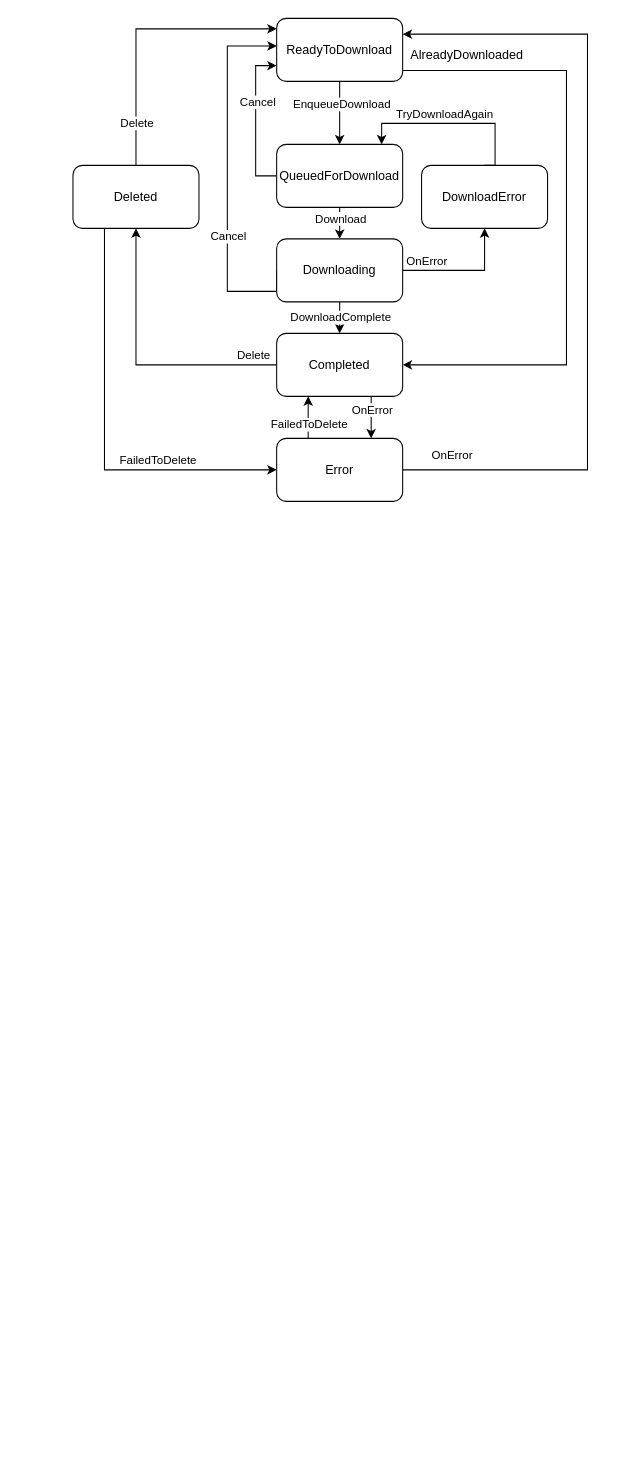
Before: FileTransferStates.drawio in loginovao/Diagrams, a draw.io diagram. Source tidied: cells renumbered, new cells numbered last; positions are measured from the earlier drawing's top-left corner, leaving out a move shared by most shapes. Both pictures are drawn from the tidied source at 105%, with x=0, y=0 at pixel (72, 18).
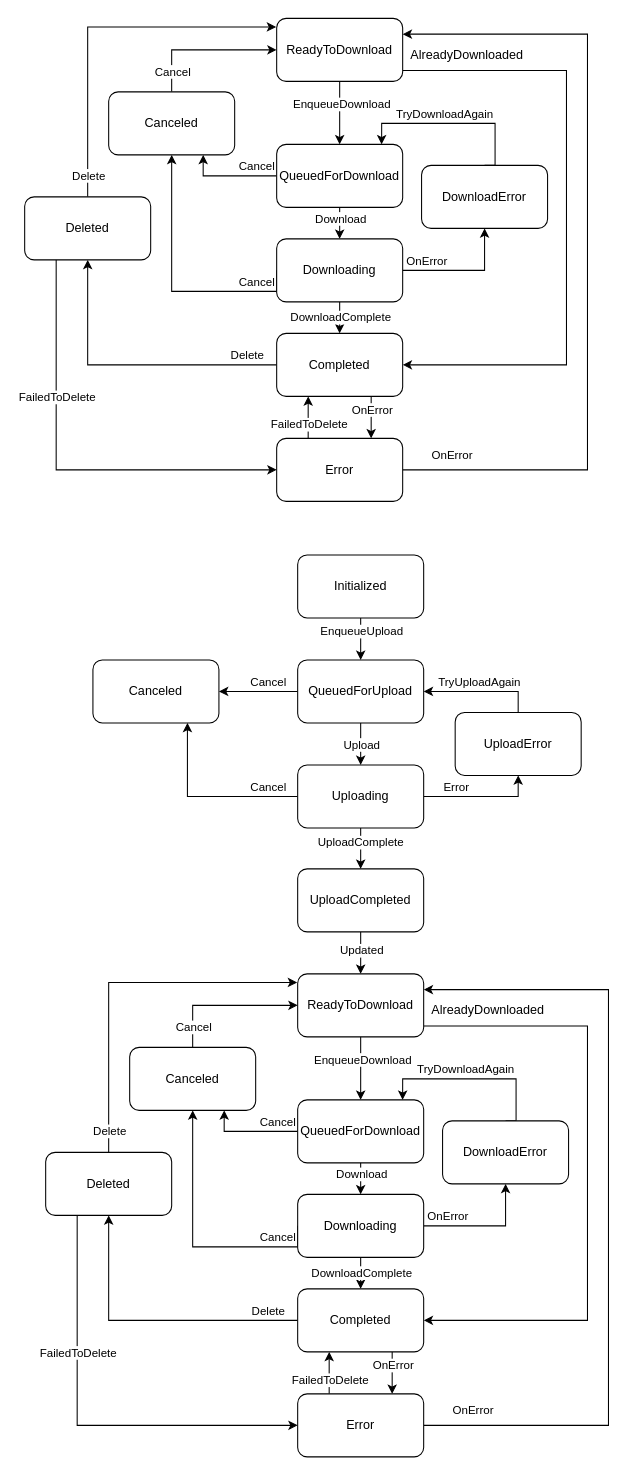
The same page after the edit.

Unchanged cells that the change refers to:
```xml
<mxCell id="6" value="ReadyToDownload" style="rounded=1;whiteSpace=wrap;html=1;" parent="2" vertex="1">
  <mxGeometry x="194" width="120" height="60" as="geometry" />
</mxCell>
<mxCell id="11" value="QueuedForDownload" style="rounded=1;whiteSpace=wrap;html=1;" parent="2" vertex="1">
  <mxGeometry x="194" y="120" width="120" height="60" as="geometry" />
</mxCell>
<mxCell id="18" value="Downloading" style="rounded=1;whiteSpace=wrap;html=1;" parent="2" vertex="1">
  <mxGeometry x="194" y="210" width="120" height="60" as="geometry" />
</mxCell>
<mxCell id="35" style="edgeStyle=orthogonalEdgeStyle;rounded=0;jettySize=auto;html=1;exitX=0.25;exitY=1;exitDx=0;exitDy=0;entryX=0;entryY=0.5;entryDx=0;entryDy=0;startArrow=none;startFill=0;endArrow=classic;endFill=1;" parent="2" edge="1" source="37" target="34">
  <mxGeometry relative="1" as="geometry" />
</mxCell>
```

The edit, as a diff of the source:
```diff
@@
-    <mxCell id="9" style="edgeStyle=orthogonalEdgeStyle;rounded=0;jettySize=auto;html=1;exitX=0;exitY=0.5;exitDx=0;exitDy=0;entryX=0;entryY=0.75;entryDx=0;entryDy=0;" parent="2" edge="1" source="11" target="6">
+    <mxCell id="9" style="edgeStyle=orthogonalEdgeStyle;rounded=0;jettySize=auto;html=1;exitX=0;exitY=0.5;exitDx=0;exitDy=0;entryX=0.75;entryY=1;entryDx=0;entryDy=0;" parent="2" edge="1" source="11" target="40">
       <mxGeometry relative="1" as="geometry" />
     </mxCell>
     <mxCell id="10" value="Cancel" style="edgeLabel;html=1;align=center;verticalAlign=middle;" parent="9" vertex="1">
-      <mxGeometry x="0.25" y="-1" relative="1" as="geometry" />
+      <mxGeometry x="0.25" y="-1" relative="1" as="geometry">
+        <mxPoint x="36" y="-9" as="offset" />
+      </mxGeometry>
     </mxCell>
@@
-    <mxCell id="16" style="edgeStyle=orthogonalEdgeStyle;rounded=0;jettySize=auto;html=1;exitX=0;exitY=0.5;exitDx=0;exitDy=0;entryX=0.001;entryY=0.438;entryDx=0;entryDy=0;entryPerimeter=0;" parent="2" edge="1" source="18" target="6">
+    <mxCell id="16" style="edgeStyle=orthogonalEdgeStyle;rounded=0;jettySize=auto;html=1;exitX=0;exitY=0.5;exitDx=0;exitDy=0;entryX=0.5;entryY=1;entryDx=0;entryDy=0;" parent="2" edge="1" source="18" target="40">
       <mxGeometry relative="1" as="geometry">
         <Array as="points">
-          <mxPoint x="147" y="260" />
-          <mxPoint x="147" y="26" />
+          <mxPoint x="194" y="260" />
+          <mxPoint x="94" y="260" />
         </Array>
       </mxGeometry>
     </mxCell>
     <mxCell id="17" value="Cancel" style="edgeLabel;html=1;align=center;verticalAlign=middle;" parent="16" vertex="1">
-      <mxGeometry x="-0.31" relative="1" as="geometry" />
+      <mxGeometry x="-0.31" relative="1" as="geometry">
+        <mxPoint x="46" y="-10" as="offset" />
+      </mxGeometry>
     </mxCell>
@@
-    <mxCell id="19" style="edgeStyle=orthogonalEdgeStyle;rounded=0;jettySize=auto;html=1;exitX=0.5;exitY=0;exitDx=0;exitDy=0;" parent="2" edge="1" source="37">
+    <mxCell id="19" style="edgeStyle=orthogonalEdgeStyle;rounded=0;jettySize=auto;html=1;exitX=0.5;exitY=0;exitDx=0;exitDy=0;entryX=-0.004;entryY=0.136;entryDx=0;entryDy=0;entryPerimeter=0;" parent="2" edge="1" source="37" target="6">
       <mxGeometry relative="1" as="geometry">
-        <mxPoint x="194" y="10" as="targetPoint" />
         <Array as="points">
-          <mxPoint x="60" y="10" />
+          <mxPoint x="14" y="8" />
         </Array>
       </mxGeometry>
     </mxCell>
     <mxCell id="20" value="Delete" style="edgeLabel;html=1;align=center;verticalAlign=middle;" parent="19" vertex="1">
       <mxGeometry x="-0.15" y="2" relative="1" as="geometry">
-        <mxPoint x="2" y="71" as="offset" />
+        <mxPoint x="2" y="124" as="offset" />
       </mxGeometry>
     </mxCell>
@@
     <mxCell id="36" value="FailedToDelete" style="edgeLabel;html=1;align=center;verticalAlign=middle;" parent="35" vertex="1">
       <mxGeometry x="-0.79" y="-1" relative="1" as="geometry">
-        <mxPoint x="51" y="179" as="offset" />
+        <mxPoint x="1" y="87" as="offset" />
       </mxGeometry>
     </mxCell>
     <mxCell id="37" value="Deleted" style="rounded=1;whiteSpace=wrap;html=1;" parent="2" vertex="1">
-      <mxGeometry y="140" width="120" height="60" as="geometry" />
+      <mxGeometry x="-46" y="170" width="120" height="60" as="geometry" />
     </mxCell>
+    <mxCell id="38" style="edgeStyle=orthogonalEdgeStyle;rounded=0;jettySize=auto;html=1;exitX=0.5;exitY=0;exitDx=0;exitDy=0;entryX=0;entryY=0.5;entryDx=0;entryDy=0;startArrow=none;startFill=0;endArrow=classic;endFill=1;" parent="2" edge="1" source="40" target="6">
+      <mxGeometry relative="1" as="geometry" />
+    </mxCell>
+    <mxCell id="39" value="Cancel" style="edgeLabel;html=1;align=center;verticalAlign=middle;" parent="38" vertex="1">
+      <mxGeometry x="-0.18" y="1" relative="1" as="geometry">
+        <mxPoint x="-17" y="21" as="offset" />
+      </mxGeometry>
+    </mxCell>
+    <mxCell id="40" value="Canceled" style="rounded=1;whiteSpace=wrap;html=1;" parent="2" vertex="1">
+      <mxGeometry x="34" y="70" width="120" height="60" as="geometry" />
+    </mxCell>
+    <mxCell id="41" parent="0" />
+    <mxCell id="42" style="edgeStyle=orthogonalEdgeStyle;rounded=0;jettySize=auto;html=1;startArrow=classic;startFill=1;endArrow=none;endFill=0;" parent="41" edge="1" source="46" target="56">
+      <mxGeometry relative="1" as="geometry" />
+    </mxCell>
+    <mxCell id="43" value="EnqueueUpload" style="edgeLabel;html=1;align=center;verticalAlign=middle;" parent="42" vertex="1">
+      <mxGeometry x="0.39" relative="1" as="geometry" />
+    </mxCell>
+    <mxCell id="44" style="edgeStyle=orthogonalEdgeStyle;rounded=0;jettySize=auto;html=1;startArrow=none;startFill=0;endArrow=classic;endFill=1;" parent="41" edge="1" source="46" target="57">
+      <mxGeometry relative="1" as="geometry" />
+    </mxCell>
+    <mxCell id="45" value="Cancel" style="edgeLabel;html=1;align=center;verticalAlign=middle;" parent="44" vertex="1">
+      <mxGeometry x="-0.23" relative="1" as="geometry">
+        <mxPoint y="-10" as="offset" />
+      </mxGeometry>
+    </mxCell>
+    <mxCell id="46" value="QueuedForUpload" style="rounded=1;whiteSpace=wrap;html=1;" parent="41" vertex="1">
+      <mxGeometry x="214" y="611" width="120" height="60" as="geometry" />
+    </mxCell>
+    <mxCell id="47" value="UploadComplete" style="edgeStyle=orthogonalEdgeStyle;rounded=0;jettySize=auto;html=1;exitX=0.5;exitY=1;exitDx=0;exitDy=0;entryX=0.5;entryY=0;entryDx=0;entryDy=0;" parent="41" edge="1" source="52" target="62">
+      <mxGeometry x="-0.28" relative="1" as="geometry" />
+    </mxCell>
+    <mxCell id="48" style="edgeStyle=orthogonalEdgeStyle;rounded=0;jettySize=auto;html=1;entryX=0.5;entryY=1;entryDx=0;entryDy=0;" parent="41" edge="1" source="52" target="53">
+      <mxGeometry relative="1" as="geometry" />
+    </mxCell>
+    <mxCell id="49" value="Error" style="edgeLabel;html=1;align=center;verticalAlign=middle;" parent="48" vertex="1">
+      <mxGeometry x="-0.67" y="-1" relative="1" as="geometry">
+        <mxPoint x="12" y="-11" as="offset" />
+      </mxGeometry>
+    </mxCell>
+    <mxCell id="50" style="edgeStyle=orthogonalEdgeStyle;rounded=0;jettySize=auto;html=1;entryX=0.75;entryY=1;entryDx=0;entryDy=0;startArrow=none;startFill=0;endArrow=classic;endFill=1;" parent="41" edge="1" source="52" target="57">
+      <mxGeometry relative="1" as="geometry" />
+    </mxCell>
+    <mxCell id="51" value="Cancel" style="edgeLabel;html=1;align=center;verticalAlign=middle;" parent="50" vertex="1">
+      <mxGeometry x="-0.59" relative="1" as="geometry">
+        <mxPoint x="7" y="-10" as="offset" />
+      </mxGeometry>
+    </mxCell>
+    <mxCell id="52" value="Uploading" style="rounded=1;whiteSpace=wrap;html=1;" parent="41" vertex="1">
+      <mxGeometry x="214" y="711" width="120" height="60" as="geometry" />
+    </mxCell>
+    <mxCell id="53" value="UploadError" style="rounded=1;whiteSpace=wrap;html=1;" parent="41" vertex="1">
+      <mxGeometry x="364" y="661" width="120" height="60" as="geometry" />
+    </mxCell>
+    <mxCell id="54" style="edgeStyle=orthogonalEdgeStyle;rounded=0;jettySize=auto;html=1;exitX=0.5;exitY=0;exitDx=0;exitDy=0;entryX=1;entryY=0.5;entryDx=0;entryDy=0;" parent="41" edge="1" source="53" target="46">
+      <mxGeometry relative="1" as="geometry" />
+    </mxCell>
+    <mxCell id="55" value="TryUploadAgain" style="edgeLabel;html=1;align=center;verticalAlign=middle;" parent="54" vertex="1">
+      <mxGeometry x="-0.5" y="-2" relative="1" as="geometry">
+        <mxPoint x="-30" y="-8" as="offset" />
+      </mxGeometry>
+    </mxCell>
+    <mxCell id="56" value="Initialized" style="rounded=1;whiteSpace=wrap;html=1;" parent="41" vertex="1">
+      <mxGeometry x="214" y="511" width="120" height="60" as="geometry" />
+    </mxCell>
+    <mxCell id="57" value="Canceled" style="rounded=1;whiteSpace=wrap;html=1;" parent="41" vertex="1">
+      <mxGeometry x="19" y="611" width="120" height="60" as="geometry" />
+    </mxCell>
+    <mxCell id="58" style="edgeStyle=orthogonalEdgeStyle;rounded=0;jettySize=auto;html=1;exitX=0.5;exitY=1;exitDx=0;exitDy=0;entryX=0.5;entryY=0;entryDx=0;entryDy=0;" parent="41" edge="1" source="46" target="52">
+      <mxGeometry relative="1" as="geometry" />
+    </mxCell>
+    <mxCell id="59" value="Upload" style="edgeLabel;html=1;align=center;verticalAlign=middle;" parent="58" vertex="1">
+      <mxGeometry x="-0.43" relative="1" as="geometry">
+        <mxPoint y="9" as="offset" />
+      </mxGeometry>
+    </mxCell>
+    <mxCell id="60" style="edgeStyle=orthogonalEdgeStyle;rounded=0;jettySize=auto;html=1;exitX=0.5;exitY=1;exitDx=0;exitDy=0;entryX=0.5;entryY=0;entryDx=0;entryDy=0;startArrow=none;startFill=0;endArrow=classic;endFill=1;" parent="41" edge="1" source="62" target="66">
+      <mxGeometry relative="1" as="geometry" />
+    </mxCell>
+    <mxCell id="61" value="Updated" style="edgeLabel;html=1;align=center;verticalAlign=middle;" parent="60" vertex="1">
+      <mxGeometry x="-0.16" relative="1" as="geometry" />
+    </mxCell>
+    <mxCell id="62" value="UploadCompleted" style="whiteSpace=wrap;html=1;rounded=1;" parent="41" vertex="1">
+      <mxGeometry x="214" y="810" width="120" height="60" as="geometry" />
+    </mxCell>
+    <mxCell id="63" style="edgeStyle=orthogonalEdgeStyle;rounded=0;jettySize=auto;html=1;" parent="41" edge="1" source="66" target="71">
+      <mxGeometry relative="1" as="geometry" />
+    </mxCell>
+    <mxCell id="64" value="EnqueueDownload" style="edgeLabel;html=1;align=center;verticalAlign=middle;" parent="63" vertex="1">
+      <mxGeometry x="-0.29" y="1" relative="1" as="geometry" />
+    </mxCell>
+    <mxCell id="65" style="edgeStyle=orthogonalEdgeStyle;rounded=0;jettySize=auto;html=1;exitX=1.001;exitY=0.827;exitDx=0;exitDy=0;entryX=1;entryY=0.5;entryDx=0;entryDy=0;exitPerimeter=0;" parent="41" edge="1" source="66" target="87">
+      <mxGeometry relative="1" as="geometry">
+        <Array as="points">
+          <mxPoint x="490" y="960" />
+          <mxPoint x="490" y="1240" />
+        </Array>
+      </mxGeometry>
+    </mxCell>
+    <mxCell id="66" value="ReadyToDownload" style="rounded=1;whiteSpace=wrap;html=1;" parent="41" vertex="1">
+      <mxGeometry x="214" y="910" width="120" height="60" as="geometry" />
+    </mxCell>
+    <mxCell id="67" style="edgeStyle=orthogonalEdgeStyle;rounded=0;jettySize=auto;html=1;" parent="41" edge="1" source="71" target="78">
+      <mxGeometry relative="1" as="geometry" />
+    </mxCell>
+    <mxCell id="68" value="Download" style="edgeLabel;html=1;align=center;verticalAlign=middle;" parent="67" vertex="1">
+      <mxGeometry x="0.27" y="1" relative="1" as="geometry">
+        <mxPoint x="-1" y="-2" as="offset" />
+      </mxGeometry>
+    </mxCell>
+    <mxCell id="69" style="edgeStyle=orthogonalEdgeStyle;rounded=0;jettySize=auto;html=1;exitX=0;exitY=0.5;exitDx=0;exitDy=0;entryX=0.75;entryY=1;entryDx=0;entryDy=0;" parent="41" edge="1" source="71" target="100">
+      <mxGeometry relative="1" as="geometry" />
+    </mxCell>
+    <mxCell id="70" value="Cancel" style="edgeLabel;html=1;align=center;verticalAlign=middle;" parent="69" vertex="1">
+      <mxGeometry x="0.25" y="-1" relative="1" as="geometry">
+        <mxPoint x="36" y="-9" as="offset" />
+      </mxGeometry>
+    </mxCell>
+    <mxCell id="71" value="QueuedForDownload" style="rounded=1;whiteSpace=wrap;html=1;" parent="41" vertex="1">
+      <mxGeometry x="214" y="1030" width="120" height="60" as="geometry" />
+    </mxCell>
+    <mxCell id="72" style="edgeStyle=orthogonalEdgeStyle;rounded=0;jettySize=auto;html=1;" parent="41" edge="1" source="78" target="87">
+      <mxGeometry relative="1" as="geometry" />
+    </mxCell>
+    <mxCell id="73" value="DownloadComplete" style="edgeLabel;html=1;align=center;verticalAlign=middle;" parent="72" vertex="1">
+      <mxGeometry x="0.23" y="1" relative="1" as="geometry">
+        <mxPoint x="-1" y="3" as="offset" />
+      </mxGeometry>
+    </mxCell>
+    <mxCell id="74" style="edgeStyle=orthogonalEdgeStyle;rounded=0;jettySize=auto;html=1;exitX=1;exitY=0.5;exitDx=0;exitDy=0;entryX=0.5;entryY=1;entryDx=0;entryDy=0;" parent="41" edge="1" source="78" target="90">
+      <mxGeometry relative="1" as="geometry" />
+    </mxCell>
+    <mxCell id="75" value="OnError" style="edgeLabel;html=1;align=center;verticalAlign=middle;" parent="74" vertex="1">
+      <mxGeometry x="-0.15" y="1" relative="1" as="geometry">
+        <mxPoint x="-28" y="-9" as="offset" />
+      </mxGeometry>
+    </mxCell>
+    <mxCell id="76" style="edgeStyle=orthogonalEdgeStyle;rounded=0;jettySize=auto;html=1;exitX=0;exitY=0.5;exitDx=0;exitDy=0;entryX=0.5;entryY=1;entryDx=0;entryDy=0;" parent="41" edge="1" source="78" target="100">
+      <mxGeometry relative="1" as="geometry">
+        <Array as="points">
+          <mxPoint x="214" y="1170" />
+          <mxPoint x="114" y="1170" />
+        </Array>
+      </mxGeometry>
+    </mxCell>
+    <mxCell id="77" value="Cancel" style="edgeLabel;html=1;align=center;verticalAlign=middle;" parent="76" vertex="1">
+      <mxGeometry x="-0.31" relative="1" as="geometry">
+        <mxPoint x="46" y="-10" as="offset" />
+      </mxGeometry>
+    </mxCell>
+    <mxCell id="78" value="Downloading" style="rounded=1;whiteSpace=wrap;html=1;" parent="41" vertex="1">
+      <mxGeometry x="214" y="1120" width="120" height="60" as="geometry" />
+    </mxCell>
+    <mxCell id="79" style="edgeStyle=orthogonalEdgeStyle;rounded=0;jettySize=auto;html=1;exitX=0.5;exitY=0;exitDx=0;exitDy=0;entryX=-0.004;entryY=0.136;entryDx=0;entryDy=0;entryPerimeter=0;" parent="41" edge="1" source="97" target="66">
+      <mxGeometry relative="1" as="geometry">
+        <Array as="points">
+          <mxPoint x="34" y="918" />
+        </Array>
+      </mxGeometry>
+    </mxCell>
+    <mxCell id="80" value="Delete" style="edgeLabel;html=1;align=center;verticalAlign=middle;" parent="79" vertex="1">
+      <mxGeometry x="-0.15" y="2" relative="1" as="geometry">
+        <mxPoint x="2" y="124" as="offset" />
+      </mxGeometry>
+    </mxCell>
+    <mxCell id="81" style="edgeStyle=orthogonalEdgeStyle;rounded=0;jettySize=auto;html=1;exitX=1;exitY=0.5;exitDx=0;exitDy=0;entryX=1;entryY=0.25;entryDx=0;entryDy=0;startArrow=none;startFill=0;endArrow=classic;endFill=1;" parent="41" edge="1" source="94" target="66">
+      <mxGeometry relative="1" as="geometry">
+        <Array as="points">
+          <mxPoint x="510" y="1340" />
+          <mxPoint x="510" y="925" />
+        </Array>
+      </mxGeometry>
+    </mxCell>
+    <mxCell id="82" value="OnError" style="edgeLabel;html=1;align=center;verticalAlign=middle;" parent="81" vertex="1">
+      <mxGeometry x="-0.9" y="1" relative="1" as="geometry">
+        <mxPoint x="8" y="-14" as="offset" />
+      </mxGeometry>
+    </mxCell>
+    <mxCell id="83" style="edgeStyle=orthogonalEdgeStyle;rounded=0;jettySize=auto;html=1;startArrow=none;startFill=0;endArrow=classic;endFill=1;exitX=0.75;exitY=1;exitDx=0;exitDy=0;entryX=0.75;entryY=0;entryDx=0;entryDy=0;" parent="41" edge="1" source="87" target="94">
+      <mxGeometry relative="1" as="geometry" />
+    </mxCell>
+    <mxCell id="84" value="OnError" style="edgeLabel;html=1;align=center;verticalAlign=middle;" parent="83" vertex="1">
+      <mxGeometry x="-0.42" y="-1" relative="1" as="geometry">
+        <mxPoint x="1" as="offset" />
+      </mxGeometry>
+    </mxCell>
+    <mxCell id="85" style="edgeStyle=orthogonalEdgeStyle;rounded=0;jettySize=auto;html=1;startArrow=none;startFill=0;endArrow=classic;endFill=1;" parent="41" edge="1" source="87" target="97">
+      <mxGeometry relative="1" as="geometry" />
+    </mxCell>
+    <mxCell id="86" value="Delete" style="edgeLabel;html=1;align=center;verticalAlign=middle;" parent="85" vertex="1">
+      <mxGeometry x="-0.28" relative="1" as="geometry">
+        <mxPoint x="72" y="-10" as="offset" />
+      </mxGeometry>
+    </mxCell>
+    <mxCell id="87" value="Completed" style="rounded=1;whiteSpace=wrap;html=1;" parent="41" vertex="1">
+      <mxGeometry x="214" y="1210" width="120" height="60" as="geometry" />
+    </mxCell>
+    <mxCell id="88" style="edgeStyle=orthogonalEdgeStyle;rounded=0;jettySize=auto;html=1;entryX=0.833;entryY=0;entryDx=0;entryDy=0;entryPerimeter=0;exitX=0.5;exitY=0;exitDx=0;exitDy=0;" parent="41" edge="1" source="90" target="71">
+      <mxGeometry relative="1" as="geometry">
+        <Array as="points">
+          <mxPoint x="422" y="1010" />
+          <mxPoint x="314" y="1010" />
+        </Array>
+      </mxGeometry>
+    </mxCell>
+    <mxCell id="89" value="TryDownloadAgain" style="edgeLabel;html=1;align=center;verticalAlign=middle;" parent="88" vertex="1">
+      <mxGeometry x="0.36" y="1" relative="1" as="geometry">
+        <mxPoint x="22" y="-11" as="offset" />
+      </mxGeometry>
+    </mxCell>
+    <mxCell id="90" value="DownloadError" style="rounded=1;whiteSpace=wrap;html=1;" parent="41" vertex="1">
+      <mxGeometry x="352" y="1050" width="120" height="60" as="geometry" />
+    </mxCell>
+    <mxCell id="91" value="AlreadyDownloaded" style="text;html=1;align=center;verticalAlign=middle;strokeColor=none;fillColor=none;" parent="41" vertex="1">
+      <mxGeometry x="330" y="930" width="130" height="30" as="geometry" />
+    </mxCell>
+    <mxCell id="92" style="edgeStyle=orthogonalEdgeStyle;rounded=0;jettySize=auto;html=1;exitX=0.25;exitY=0;exitDx=0;exitDy=0;entryX=0.25;entryY=1;entryDx=0;entryDy=0;startArrow=none;startFill=0;endArrow=classic;endFill=1;" parent="41" edge="1" source="94" target="87">
+      <mxGeometry relative="1" as="geometry">
+        <Array as="points">
+          <mxPoint x="244" y="1290" />
+          <mxPoint x="244" y="1290" />
+        </Array>
+      </mxGeometry>
+    </mxCell>
+    <mxCell id="93" value="FailedToDelete" style="edgeLabel;html=1;align=center;verticalAlign=middle;" parent="92" vertex="1">
+      <mxGeometry x="-0.31" relative="1" as="geometry" />
+    </mxCell>
+    <mxCell id="94" value="Error" style="rounded=1;whiteSpace=wrap;html=1;" parent="41" vertex="1">
+      <mxGeometry x="214" y="1310" width="120" height="60" as="geometry" />
+    </mxCell>
+    <mxCell id="95" style="edgeStyle=orthogonalEdgeStyle;rounded=0;jettySize=auto;html=1;exitX=0.25;exitY=1;exitDx=0;exitDy=0;entryX=0;entryY=0.5;entryDx=0;entryDy=0;startArrow=none;startFill=0;endArrow=classic;endFill=1;" parent="41" edge="1" source="97" target="94">
+      <mxGeometry relative="1" as="geometry" />
+    </mxCell>
+    <mxCell id="96" value="FailedToDelete" style="edgeLabel;html=1;align=center;verticalAlign=middle;" parent="95" vertex="1">
+      <mxGeometry x="-0.79" y="-1" relative="1" as="geometry">
+        <mxPoint x="1" y="87" as="offset" />
+      </mxGeometry>
+    </mxCell>
+    <mxCell id="97" value="Deleted" style="rounded=1;whiteSpace=wrap;html=1;" parent="41" vertex="1">
+      <mxGeometry x="-26" y="1080" width="120" height="60" as="geometry" />
+    </mxCell>
+    <mxCell id="98" style="edgeStyle=orthogonalEdgeStyle;rounded=0;jettySize=auto;html=1;exitX=0.5;exitY=0;exitDx=0;exitDy=0;entryX=0;entryY=0.5;entryDx=0;entryDy=0;startArrow=none;startFill=0;endArrow=classic;endFill=1;" parent="41" edge="1" source="100" target="66">
+      <mxGeometry relative="1" as="geometry" />
+    </mxCell>
+    <mxCell id="99" value="Cancel" style="edgeLabel;html=1;align=center;verticalAlign=middle;" parent="98" vertex="1">
+      <mxGeometry x="-0.18" y="1" relative="1" as="geometry">
+        <mxPoint x="-17" y="21" as="offset" />
+      </mxGeometry>
+    </mxCell>
+    <mxCell id="100" value="Canceled" style="rounded=1;whiteSpace=wrap;html=1;" parent="41" vertex="1">
+      <mxGeometry x="54" y="980" width="120" height="60" as="geometry" />
+    </mxCell>
```
